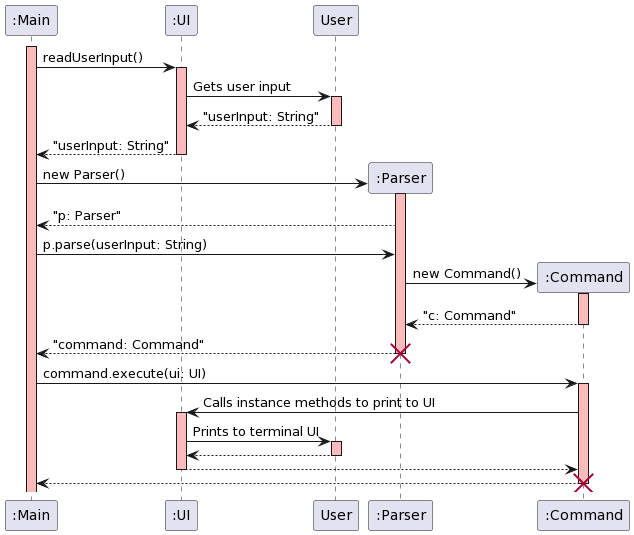
sRanay/tp keeps this PlantUML diagram as docs/images/cs2113-ui-sequence.png. Above is the earlier version.
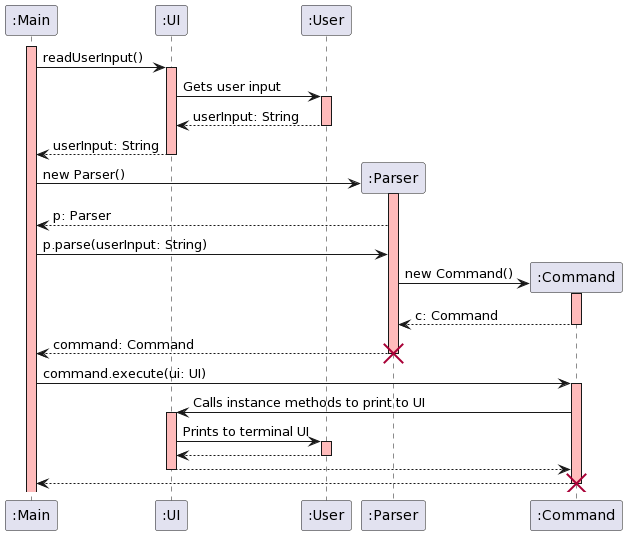
The same file after the commit.

Diff of the diagram source:
```diff
@@ -4,34 +4,34 @@
 activate ":UI" #FFBBBB
 
 
-":UI" -> User: Gets user input
-activate "User" #FFBBBB
-User --> ":UI": "userInput: String"
+":UI" -> ":User": Gets user input
+activate ":User" #FFBBBB
+":User" --> ":UI": userInput: String
 deactivate
-":UI" --> ":Main": "userInput: String"
+":UI" --> ":Main": userInput: String
 deactivate
 
 create ":Parser"
 ":Main" -> ":Parser": new Parser()
 activate ":Parser" #FFBBBB
-":Parser" --> ":Main": "p: Parser"
+":Parser" --> ":Main": p: Parser
 
 ":Main" -> ":Parser": p.parse(userInput: String)
 create ":Command"
 ":Parser" -> ":Command": new Command()
 activate ":Command" #FFBBBB
-":Command" --> ":Parser": "c: Command"
+":Command" --> ":Parser": c: Command
 deactivate
-":Parser" --> ":Main": "command: Command"
+":Parser" --> ":Main": command: Command
 destroy ":Parser"
 
 ":Main" -> ":Command": command.execute(ui: UI)
 activate ":Command" #FFBBBB
 ":Command" -> ":UI": Calls instance methods to print to UI
 activate ":UI" #FFBBBB
-":UI" -> "User": Prints to terminal UI
-activate "User" #FFBBBB
-"User" --> ":UI"
+":UI" -> ":User": Prints to terminal UI
+activate ":User" #FFBBBB
+":User" --> ":UI"
 deactivate
 ":UI" --> ":Command"
 deactivate
```
